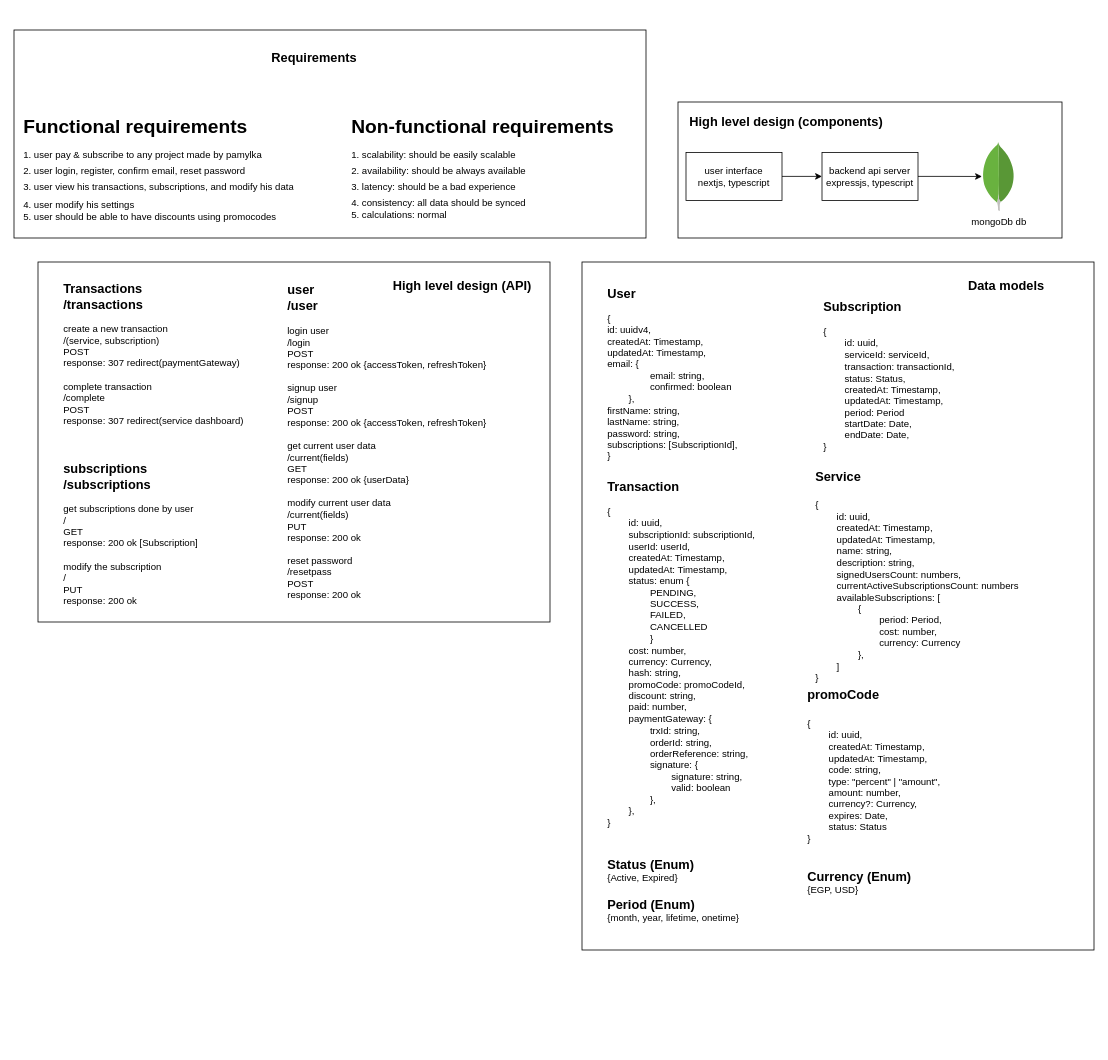
The draw.io diagram pamylka - general.drawio in ahmed-elbehairy7/pamylka-system-design, before the edit. Source tidied: cells renumbered, new cells numbered last; positions are measured from the earlier drawing's top-left corner, leaving out a move shared by most shapes. Both pictures are drawn from the tidied source at 80%, with x=0, y=0 at pixel (14, 30).
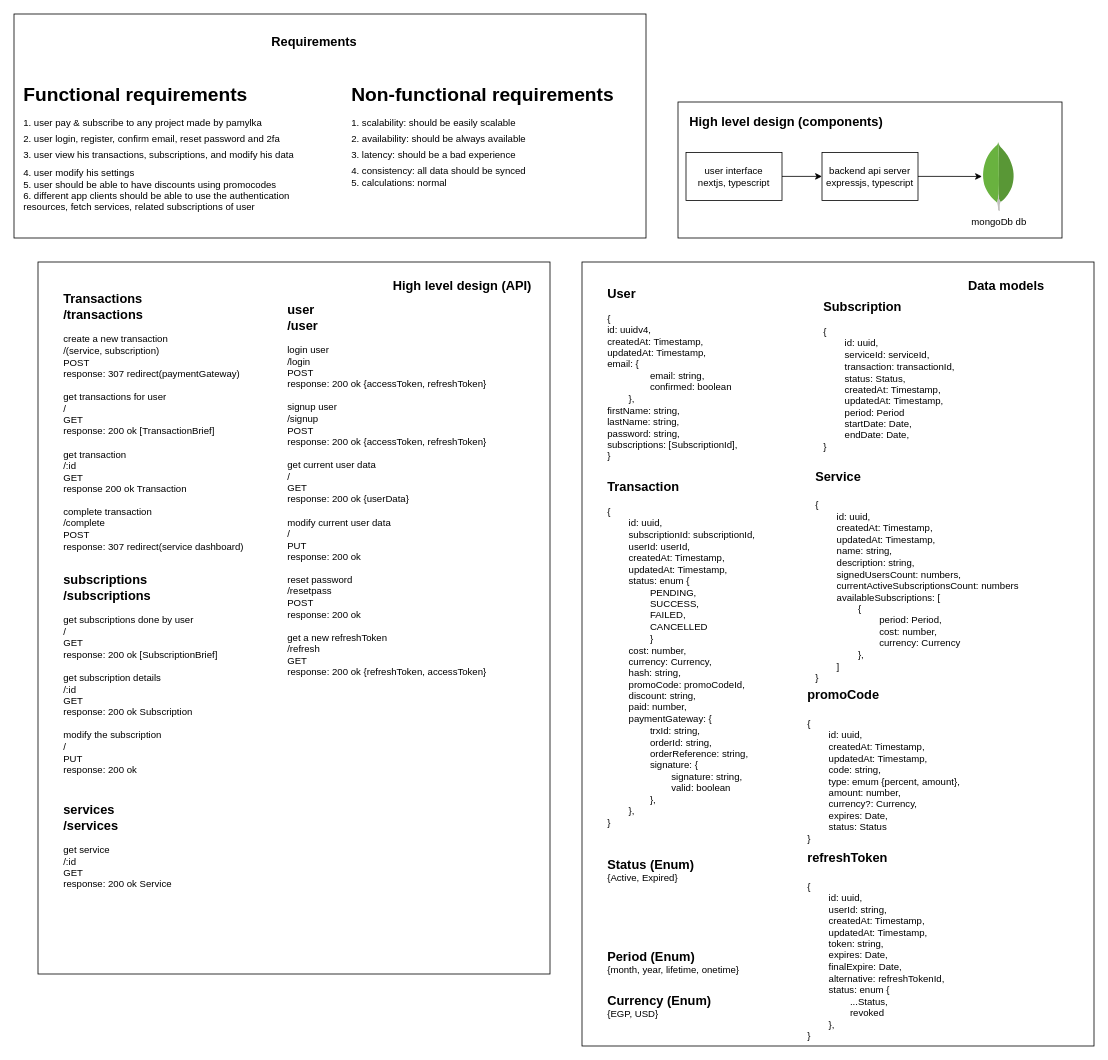
Above is the later version.

The edit, as a diff of the source:
```diff
@@
     <mxCell id="10" style="group;" parent="1" vertex="1">
-      <mxGeometry x="30" y="290" width="640" height="590" as="geometry" />
+      <mxGeometry x="30" y="290" width="640" height="890" as="geometry" />
     </mxCell>
     <mxCell id="11" style="whiteSpace=wrap;html=1;fontSize=11;" parent="10" vertex="1">
-      <mxGeometry width="640" height="450" as="geometry" />
+      <mxGeometry width="640" height="890" as="geometry" />
     </mxCell>
-    <mxCell id="12" value="&lt;div&gt;&lt;span style=&quot;font-size: 16px;&quot;&gt;&lt;b&gt;Transactions&lt;/b&gt;&lt;/span&gt;&lt;/div&gt;&lt;font style=&quot;font-size: 16px;&quot;&gt;&lt;b&gt;/transactions&lt;/b&gt;&lt;/font&gt;&lt;div&gt;&lt;br&gt;&lt;/div&gt;&lt;div&gt;create a new transaction&lt;/div&gt;&lt;div&gt;/(service, subscription)&lt;/div&gt;&lt;div&gt;POST&lt;/div&gt;&lt;div&gt;response: 307 redirect(paymentGateway)&lt;/div&gt;&lt;div&gt;&lt;br&gt;&lt;/div&gt;&lt;div&gt;complete transaction&lt;/div&gt;&lt;div&gt;/complete&lt;/div&gt;&lt;div&gt;POST&lt;/div&gt;&lt;div&gt;response: 307 redirect(service dashboard)&lt;/div&gt;" style="text;html=1;align=left;verticalAlign=middle;strokeColor=none;fillColor=none;" parent="10" vertex="1">
-      <mxGeometry x="30" y="15" width="250" height="200" as="geometry" />
+    <mxCell id="12" value="&lt;div&gt;&lt;span style=&quot;font-size: 16px;&quot;&gt;&lt;b&gt;Transactions&lt;/b&gt;&lt;/span&gt;&lt;/div&gt;&lt;font style=&quot;font-size: 16px;&quot;&gt;&lt;b&gt;/transactions&lt;/b&gt;&lt;/font&gt;&lt;div&gt;&lt;br&gt;&lt;/div&gt;&lt;div&gt;create a new transaction&lt;/div&gt;&lt;div&gt;/(service, subscription)&lt;/div&gt;&lt;div&gt;POST&lt;/div&gt;&lt;div&gt;response: 307 redirect(paymentGateway)&lt;/div&gt;&lt;div&gt;&lt;br&gt;&lt;/div&gt;&lt;div&gt;get transactions for user&lt;/div&gt;&lt;div&gt;/&lt;/div&gt;&lt;div&gt;GET&lt;/div&gt;&lt;div&gt;response: 200 ok [TransactionBrief]&lt;/div&gt;&lt;div&gt;&lt;br&gt;&lt;/div&gt;&lt;div&gt;get transaction&lt;/div&gt;&lt;div&gt;/:id&lt;/div&gt;&lt;div&gt;GET&lt;/div&gt;&lt;div&gt;response 200 ok Transaction&lt;/div&gt;&lt;div&gt;&lt;br&gt;&lt;/div&gt;&lt;div&gt;complete transaction&lt;/div&gt;&lt;div&gt;/complete&lt;/div&gt;&lt;div&gt;POST&lt;/div&gt;&lt;div&gt;response: 307 redirect(service dashboard)&lt;/div&gt;" style="text;html=1;align=left;verticalAlign=middle;strokeColor=none;fillColor=none;" parent="10" vertex="1">
+      <mxGeometry x="30" y="30" width="250" height="340" as="geometry" />
     </mxCell>
-    <mxCell id="13" value="&lt;div&gt;&lt;span style=&quot;font-size: 16px;&quot;&gt;&lt;b&gt;subscriptions&lt;/b&gt;&lt;/span&gt;&lt;/div&gt;&lt;div&gt;&lt;span style=&quot;font-size: 16px;&quot;&gt;&lt;b&gt;/subscriptions&lt;/b&gt;&lt;/span&gt;&lt;/div&gt;&lt;div&gt;&lt;br&gt;&lt;/div&gt;&lt;div&gt;get subscriptions done by user&lt;/div&gt;&lt;div&gt;&lt;span style=&quot;background-color: transparent; color: light-dark(rgb(0, 0, 0), rgb(255, 255, 255));&quot;&gt;/&lt;/span&gt;&lt;/div&gt;&lt;div&gt;&lt;span style=&quot;background-color: transparent; color: light-dark(rgb(0, 0, 0), rgb(255, 255, 255));&quot;&gt;GET&lt;/span&gt;&lt;/div&gt;&lt;div&gt;response: 200 ok [Subscription]&lt;/div&gt;&lt;div&gt;&lt;br&gt;&lt;/div&gt;&lt;div&gt;modify the subscription&lt;/div&gt;&lt;div&gt;/&lt;/div&gt;&lt;div&gt;PUT&lt;/div&gt;&lt;div&gt;response: 200 ok&lt;/div&gt;" style="text;html=1;align=left;verticalAlign=middle;strokeColor=none;fillColor=none;" parent="10" vertex="1">
-      <mxGeometry x="30" y="240" width="190" height="200" as="geometry" />
+    <mxCell id="13" value="&lt;div&gt;&lt;span style=&quot;font-size: 16px;&quot;&gt;&lt;b&gt;subscriptions&lt;/b&gt;&lt;/span&gt;&lt;/div&gt;&lt;div&gt;&lt;span style=&quot;font-size: 16px;&quot;&gt;&lt;b&gt;/subscriptions&lt;/b&gt;&lt;/span&gt;&lt;/div&gt;&lt;div&gt;&lt;br&gt;&lt;/div&gt;&lt;div&gt;get subscriptions done by user&lt;/div&gt;&lt;div&gt;&lt;span style=&quot;background-color: transparent; color: light-dark(rgb(0, 0, 0), rgb(255, 255, 255));&quot;&gt;/&lt;/span&gt;&lt;/div&gt;&lt;div&gt;&lt;span style=&quot;background-color: transparent; color: light-dark(rgb(0, 0, 0), rgb(255, 255, 255));&quot;&gt;GET&lt;/span&gt;&lt;/div&gt;&lt;div&gt;response: 200 ok [SubscriptionBrief]&lt;/div&gt;&lt;div&gt;&lt;br&gt;&lt;/div&gt;&lt;div&gt;get subscription details&lt;/div&gt;&lt;div&gt;/:id&lt;/div&gt;&lt;div&gt;GET&lt;/div&gt;&lt;div&gt;response: 200 ok Subscription&lt;/div&gt;&lt;div&gt;&lt;br&gt;&lt;/div&gt;&lt;div&gt;modify the subscription&lt;/div&gt;&lt;div&gt;/&lt;/div&gt;&lt;div&gt;PUT&lt;/div&gt;&lt;div&gt;response: 200 ok&lt;/div&gt;" style="text;html=1;align=left;verticalAlign=middle;strokeColor=none;fillColor=none;" parent="10" vertex="1">
+      <mxGeometry x="30" y="380" width="220" height="270" as="geometry" />
     </mxCell>
-    <mxCell id="14" value="&lt;div&gt;&lt;b style=&quot;font-size: 16px; background-color: transparent; color: light-dark(rgb(0, 0, 0), rgb(255, 255, 255));&quot;&gt;user&lt;/b&gt;&lt;/div&gt;&lt;div&gt;&lt;b style=&quot;font-size: 16px; background-color: transparent; color: light-dark(rgb(0, 0, 0), rgb(255, 255, 255));&quot;&gt;/user&lt;/b&gt;&lt;/div&gt;&lt;div&gt;&lt;br&gt;&lt;/div&gt;&lt;div&gt;login user&lt;/div&gt;&lt;div&gt;&lt;span style=&quot;background-color: transparent; color: light-dark(rgb(0, 0, 0), rgb(255, 255, 255));&quot;&gt;/login&lt;/span&gt;&lt;/div&gt;&lt;div&gt;POST&lt;/div&gt;&lt;div&gt;response: 200 ok {accessToken, refreshToken}&lt;/div&gt;&lt;div&gt;&lt;br&gt;&lt;/div&gt;&lt;div&gt;signup user&lt;/div&gt;&lt;div&gt;/signup&lt;/div&gt;&lt;div&gt;POST&lt;/div&gt;&lt;div&gt;response: 200 ok {accessToken, refreshToken}&lt;/div&gt;&lt;div&gt;&lt;br&gt;&lt;/div&gt;&lt;div&gt;get current user data&lt;/div&gt;&lt;div&gt;/current(fields)&lt;/div&gt;&lt;div&gt;GET&lt;/div&gt;&lt;div&gt;response: 200 ok {userData}&lt;/div&gt;&lt;div&gt;&lt;br&gt;&lt;/div&gt;&lt;div&gt;modify current user data&lt;/div&gt;&lt;div&gt;/current(fields)&lt;/div&gt;&lt;div&gt;PUT&lt;/div&gt;&lt;div&gt;response: 200 ok&amp;nbsp;&lt;/div&gt;&lt;div&gt;&lt;br&gt;&lt;/div&gt;&lt;div&gt;reset password&lt;/div&gt;&lt;div&gt;/resetpass&lt;/div&gt;&lt;div&gt;POST&lt;/div&gt;&lt;div&gt;response: 200 ok&lt;/div&gt;" style="text;html=1;align=left;verticalAlign=middle;strokeColor=none;fillColor=none;" parent="10" vertex="1">
-      <mxGeometry x="310" y="20" width="270" height="410" as="geometry" />
+    <mxCell id="14" value="&lt;div&gt;&lt;b style=&quot;font-size: 16px; background-color: transparent; color: light-dark(rgb(0, 0, 0), rgb(255, 255, 255));&quot;&gt;user&lt;/b&gt;&lt;/div&gt;&lt;div&gt;&lt;b style=&quot;font-size: 16px; background-color: transparent; color: light-dark(rgb(0, 0, 0), rgb(255, 255, 255));&quot;&gt;/user&lt;/b&gt;&lt;/div&gt;&lt;div&gt;&lt;br&gt;&lt;/div&gt;&lt;div&gt;login user&lt;/div&gt;&lt;div&gt;&lt;span style=&quot;background-color: transparent; color: light-dark(rgb(0, 0, 0), rgb(255, 255, 255));&quot;&gt;/login&lt;/span&gt;&lt;/div&gt;&lt;div&gt;POST&lt;/div&gt;&lt;div&gt;response: 200 ok {accessToken, refreshToken}&lt;/div&gt;&lt;div&gt;&lt;br&gt;&lt;/div&gt;&lt;div&gt;signup user&lt;/div&gt;&lt;div&gt;/signup&lt;/div&gt;&lt;div&gt;POST&lt;/div&gt;&lt;div&gt;response: 200 ok {accessToken, refreshToken}&lt;/div&gt;&lt;div&gt;&lt;br&gt;&lt;/div&gt;&lt;div&gt;get current user data&lt;/div&gt;&lt;div&gt;/&lt;/div&gt;&lt;div&gt;GET&lt;/div&gt;&lt;div&gt;response: 200 ok {userData}&lt;/div&gt;&lt;div&gt;&lt;br&gt;&lt;/div&gt;&lt;div&gt;modify current user data&lt;/div&gt;&lt;div&gt;/&lt;/div&gt;&lt;div&gt;PUT&lt;/div&gt;&lt;div&gt;response: 200 ok&amp;nbsp;&lt;/div&gt;&lt;div&gt;&lt;br&gt;&lt;/div&gt;&lt;div&gt;reset password&lt;/div&gt;&lt;div&gt;/resetpass&lt;/div&gt;&lt;div&gt;POST&lt;/div&gt;&lt;div&gt;response: 200 ok&lt;/div&gt;&lt;div&gt;&lt;br&gt;&lt;/div&gt;&lt;div&gt;get a new refreshToken&lt;/div&gt;&lt;div&gt;/refresh&lt;/div&gt;&lt;div&gt;GET&lt;/div&gt;&lt;div&gt;response: 200 ok {refreshToken, accessToken}&lt;/div&gt;" style="text;html=1;align=left;verticalAlign=middle;strokeColor=none;fillColor=none;" parent="10" vertex="1">
+      <mxGeometry x="310" y="45" width="270" height="480" as="geometry" />
     </mxCell>
@@
+    <mxCell id="32" value="&lt;div&gt;&lt;span style=&quot;font-size: 16px;&quot;&gt;&lt;b&gt;services&lt;/b&gt;&lt;/span&gt;&lt;/div&gt;&lt;div&gt;&lt;b style=&quot;font-size: 16px; background-color: transparent; color: light-dark(rgb(0, 0, 0), rgb(255, 255, 255));&quot;&gt;/services&lt;/b&gt;&lt;/div&gt;&lt;div&gt;&lt;br&gt;&lt;/div&gt;&lt;div&gt;get service&lt;/div&gt;&lt;div&gt;/:id&lt;/div&gt;&lt;div&gt;GET&lt;/div&gt;&lt;div&gt;response: 200 ok Service&lt;/div&gt;" style="text;html=1;align=left;verticalAlign=middle;strokeColor=none;fillColor=none;" parent="10" vertex="1">
+      <mxGeometry x="30" y="670" width="160" height="120" as="geometry" />
+    </mxCell>
     <mxCell id="16" style="group;" parent="1" vertex="1">
-      <mxGeometry width="790" height="260" as="geometry" />
+      <mxGeometry y="-20" width="790" height="280" as="geometry" />
     </mxCell>
     <mxCell id="17" style="whiteSpace=wrap;html=1;fontSize=11;" parent="16" vertex="1">
-      <mxGeometry width="790" height="260" as="geometry" />
+      <mxGeometry width="790" height="280" as="geometry" />
     </mxCell>
-    <mxCell id="18" value="&lt;h1 style=&quot;margin-top: 0px;&quot;&gt;&lt;span style=&quot;background-color: transparent; color: light-dark(rgb(0, 0, 0), rgb(255, 255, 255));&quot;&gt;Functional requirements&lt;/span&gt;&lt;/h1&gt;&lt;h1 style=&quot;margin-top: 0px; line-height: 0%;&quot;&gt;&lt;span style=&quot;font-size: 12px; font-weight: 400;&quot;&gt;1. user pay &amp;amp; subscribe to any project made by pamylka&lt;/span&gt;&lt;/h1&gt;&lt;h1 style=&quot;margin-top: 0px; line-height: 0%;&quot;&gt;&lt;span style=&quot;font-size: 12px; font-weight: 400; background-color: transparent; color: light-dark(rgb(0, 0, 0), rgb(255, 255, 255));&quot;&gt;2. user login, register, confirm email, reset password&lt;/span&gt;&lt;/h1&gt;&lt;h1 style=&quot;margin-top: 0px; line-height: 0%;&quot;&gt;&lt;span style=&quot;font-size: 12px; font-weight: 400; background-color: transparent; color: light-dark(rgb(0, 0, 0), rgb(255, 255, 255));&quot;&gt;3. user view his transactions, subscriptions, and modify his data&lt;/span&gt;&lt;/h1&gt;&lt;div&gt;&lt;span style=&quot;font-size: 12px; font-weight: 400; background-color: transparent; color: light-dark(rgb(0, 0, 0), rgb(255, 255, 255));&quot;&gt;4. user modify his settings&lt;/span&gt;&lt;/div&gt;&lt;div&gt;&lt;span style=&quot;font-size: 12px; font-weight: 400; background-color: transparent; color: light-dark(rgb(0, 0, 0), rgb(255, 255, 255));&quot;&gt;5. user should be able to have discounts using promocodes&lt;/span&gt;&lt;/div&gt;" style="text;html=1;whiteSpace=wrap;overflow=hidden;rounded=0;" parent="16" vertex="1">
-      <mxGeometry x="10" y="100" width="370" height="140" as="geometry" />
+    <mxCell id="18" value="&lt;h1 style=&quot;margin-top: 0px;&quot;&gt;&lt;span style=&quot;background-color: transparent; color: light-dark(rgb(0, 0, 0), rgb(255, 255, 255));&quot;&gt;Functional requirements&lt;/span&gt;&lt;/h1&gt;&lt;h1 style=&quot;margin-top: 0px; line-height: 0%;&quot;&gt;&lt;span style=&quot;font-size: 12px; font-weight: 400;&quot;&gt;1. user pay &amp;amp; subscribe to any project made by pamylka&lt;/span&gt;&lt;/h1&gt;&lt;h1 style=&quot;margin-top: 0px; line-height: 0%;&quot;&gt;&lt;span style=&quot;font-size: 12px; font-weight: 400; background-color: transparent; color: light-dark(rgb(0, 0, 0), rgb(255, 255, 255));&quot;&gt;2. user login, register, confirm email, reset password and 2fa&lt;/span&gt;&lt;/h1&gt;&lt;h1 style=&quot;margin-top: 0px; line-height: 0%;&quot;&gt;&lt;span style=&quot;font-size: 12px; font-weight: 400; background-color: transparent; color: light-dark(rgb(0, 0, 0), rgb(255, 255, 255));&quot;&gt;3. user view his transactions, subscriptions, and modify his data&lt;/span&gt;&lt;/h1&gt;&lt;div&gt;&lt;span style=&quot;font-size: 12px; font-weight: 400; background-color: transparent; color: light-dark(rgb(0, 0, 0), rgb(255, 255, 255));&quot;&gt;4. user modify his settings&lt;/span&gt;&lt;/div&gt;&lt;div&gt;&lt;span style=&quot;font-size: 12px; font-weight: 400; background-color: transparent; color: light-dark(rgb(0, 0, 0), rgb(255, 255, 255));&quot;&gt;5. user should be able to have discounts using promocodes&lt;/span&gt;&lt;/div&gt;&lt;div&gt;&lt;span style=&quot;font-size: 12px; font-weight: 400; background-color: transparent; color: light-dark(rgb(0, 0, 0), rgb(255, 255, 255));&quot;&gt;6. different app clients should be able to use the authentication&lt;/span&gt;&lt;/div&gt;&lt;div&gt;&lt;span style=&quot;font-size: 12px; font-weight: 400; background-color: transparent; color: light-dark(rgb(0, 0, 0), rgb(255, 255, 255));&quot;&gt;resources, fetch services, related subscriptions of user&lt;/span&gt;&lt;/div&gt;" style="text;html=1;whiteSpace=wrap;overflow=hidden;rounded=0;" parent="16" vertex="1">
+      <mxGeometry x="10" y="80" width="370" height="170" as="geometry" />
     </mxCell>
     <mxCell id="19" value="&lt;h1 style=&quot;margin-top: 0px;&quot;&gt;&lt;span style=&quot;background-color: transparent; color: light-dark(rgb(0, 0, 0), rgb(255, 255, 255));&quot;&gt;Non-functional requirements&lt;/span&gt;&lt;/h1&gt;&lt;h1 style=&quot;margin-top: 0px; line-height: 0%;&quot;&gt;&lt;span style=&quot;font-size: 12px; font-weight: 400;&quot;&gt;1. scalability: should be easily scalable&lt;/span&gt;&lt;/h1&gt;&lt;h1 style=&quot;margin-top: 0px; line-height: 0%;&quot;&gt;&lt;span style=&quot;background-color: transparent; color: light-dark(rgb(0, 0, 0), rgb(255, 255, 255)); font-size: 12px; font-weight: 400;&quot;&gt;2. availability: should be always available&lt;/span&gt;&lt;/h1&gt;&lt;h1 style=&quot;margin-top: 0px; line-height: 0%;&quot;&gt;&lt;span style=&quot;background-color: transparent; color: light-dark(rgb(0, 0, 0), rgb(255, 255, 255)); font-size: 12px; font-weight: 400;&quot;&gt;3. latency: should be a bad experience&lt;/span&gt;&lt;/h1&gt;&lt;h1 style=&quot;margin-top: 0px; line-height: 0%;&quot;&gt;&lt;span style=&quot;background-color: transparent; color: light-dark(rgb(0, 0, 0), rgb(255, 255, 255)); font-size: 12px; font-weight: normal;&quot;&gt;4. consistency: all data should be synced&lt;/span&gt;&lt;/h1&gt;&lt;div style=&quot;line-height: 0%;&quot;&gt;&lt;span style=&quot;background-color: transparent; color: light-dark(rgb(0, 0, 0), rgb(255, 255, 255));&quot;&gt;5. calculations: normal&lt;/span&gt;&lt;/div&gt;" style="text;html=1;whiteSpace=wrap;overflow=hidden;rounded=0;" parent="16" vertex="1">
-      <mxGeometry x="420" y="100" width="350" height="150" as="geometry" />
+      <mxGeometry x="420" y="80" width="350" height="150" as="geometry" />
     </mxCell>
@@
     <mxCell id="21" style="group;" parent="1" vertex="1">
-      <mxGeometry x="710" y="290" width="640" height="860" as="geometry" />
+      <mxGeometry x="710" y="290" width="640" height="980" as="geometry" />
     </mxCell>
     <mxCell id="22" style="whiteSpace=wrap;html=1;fontSize=11;" parent="21" vertex="1">
-      <mxGeometry width="640" height="860" as="geometry" />
+      <mxGeometry width="640" height="980" as="geometry" />
     </mxCell>
@@
-    <mxCell id="28" value="&lt;div&gt;&lt;span style=&quot;font-size: 16px;&quot;&gt;&lt;b&gt;promoCode&lt;/b&gt;&lt;/span&gt;&lt;/div&gt;&lt;div&gt;&lt;span style=&quot;font-size: 16px;&quot;&gt;&lt;b&gt;&lt;br&gt;&lt;/b&gt;&lt;/span&gt;&lt;/div&gt;&lt;div&gt;{&lt;/div&gt;&lt;div&gt;&lt;span style=&quot;white-space: pre;&quot;&gt;&#9;&lt;/span&gt;id: uuid,&lt;br&gt;&lt;/div&gt;&lt;div&gt;&lt;span style=&quot;white-space: pre;&quot;&gt;&#9;&lt;/span&gt;createdAt: Timestamp,&lt;br&gt;&lt;/div&gt;&lt;div&gt;&lt;span style=&quot;white-space: pre;&quot;&gt;&#9;&lt;/span&gt;updatedAt: Timestamp,&lt;br&gt;&lt;/div&gt;&lt;div&gt;&lt;span style=&quot;white-space: pre;&quot;&gt;&#9;&lt;/span&gt;code: string,&lt;br&gt;&lt;/div&gt;&lt;div&gt;&lt;span style=&quot;white-space: pre;&quot;&gt;&#9;&lt;/span&gt;type: &quot;percent&quot; | &quot;amount&quot;,&lt;br&gt;&lt;/div&gt;&lt;div&gt;&lt;span style=&quot;white-space: pre;&quot;&gt;&#9;&lt;/span&gt;amount: number,&lt;br&gt;&lt;/div&gt;&lt;div&gt;&lt;span style=&quot;white-space: pre;&quot;&gt;&#9;&lt;/span&gt;currency?: Currency,&lt;br&gt;&lt;/div&gt;&lt;div&gt;&lt;span style=&quot;white-space: pre;&quot;&gt;&#9;&lt;/span&gt;expires: Date,&lt;br&gt;&lt;/div&gt;&lt;div&gt;&lt;span style=&quot;white-space: pre;&quot;&gt;&#9;&lt;/span&gt;status: Status&lt;br&gt;&lt;/div&gt;&lt;div&gt;}&lt;/div&gt;" style="text;html=1;align=left;verticalAlign=middle;strokeColor=none;fillColor=none;" parent="21" vertex="1">
-      <mxGeometry x="280" y="525" width="190" height="210" as="geometry" />
+    <mxCell id="28" value="&lt;div&gt;&lt;span style=&quot;font-size: 16px;&quot;&gt;&lt;b&gt;promoCode&lt;/b&gt;&lt;/span&gt;&lt;/div&gt;&lt;div&gt;&lt;span style=&quot;font-size: 16px;&quot;&gt;&lt;b&gt;&lt;br&gt;&lt;/b&gt;&lt;/span&gt;&lt;/div&gt;&lt;div&gt;{&lt;/div&gt;&lt;div&gt;&lt;span style=&quot;white-space: pre;&quot;&gt;&#9;&lt;/span&gt;id: uuid,&lt;br&gt;&lt;/div&gt;&lt;div&gt;&lt;span style=&quot;white-space: pre;&quot;&gt;&#9;&lt;/span&gt;createdAt: Timestamp,&lt;br&gt;&lt;/div&gt;&lt;div&gt;&lt;span style=&quot;white-space: pre;&quot;&gt;&#9;&lt;/span&gt;updatedAt: Timestamp,&lt;br&gt;&lt;/div&gt;&lt;div&gt;&lt;span style=&quot;white-space: pre;&quot;&gt;&#9;&lt;/span&gt;code: string,&lt;br&gt;&lt;/div&gt;&lt;div&gt;&lt;span style=&quot;white-space: pre;&quot;&gt;&#9;&lt;/span&gt;type: emum {percent, amount},&lt;br&gt;&lt;/div&gt;&lt;div&gt;&lt;span style=&quot;white-space: pre;&quot;&gt;&#9;&lt;/span&gt;amount: number,&lt;br&gt;&lt;/div&gt;&lt;div&gt;&lt;span style=&quot;white-space: pre;&quot;&gt;&#9;&lt;/span&gt;currency?: Currency,&lt;br&gt;&lt;/div&gt;&lt;div&gt;&lt;span style=&quot;white-space: pre;&quot;&gt;&#9;&lt;/span&gt;expires: Date,&lt;br&gt;&lt;/div&gt;&lt;div&gt;&lt;span style=&quot;white-space: pre;&quot;&gt;&#9;&lt;/span&gt;status: Status&lt;br&gt;&lt;/div&gt;&lt;div&gt;}&lt;/div&gt;" style="text;html=1;align=left;verticalAlign=middle;strokeColor=none;fillColor=none;" parent="21" vertex="1">
+      <mxGeometry x="280" y="525" width="210" height="210" as="geometry" />
     </mxCell>
     <mxCell id="29" value="&lt;div&gt;&lt;span style=&quot;font-size: 16px;&quot;&gt;&lt;b&gt;Currency (Enum)&lt;/b&gt;&lt;/span&gt;&lt;/div&gt;&lt;div&gt;&lt;span style=&quot;background-color: transparent; color: light-dark(rgb(0, 0, 0), rgb(255, 255, 255));&quot;&gt;{&lt;/span&gt;&lt;span style=&quot;background-color: transparent; color: light-dark(rgb(0, 0, 0), rgb(255, 255, 255));&quot;&gt;EGP, USD}&lt;/span&gt;&lt;/div&gt;" style="text;html=1;align=left;verticalAlign=middle;strokeColor=none;fillColor=none;" parent="21" vertex="1">
-      <mxGeometry x="280" y="750" width="150" height="50" as="geometry" />
+      <mxGeometry x="30" y="905" width="150" height="50" as="geometry" />
     </mxCell>
@@
     <mxCell id="31" value="&lt;div&gt;&lt;span style=&quot;font-size: 16px;&quot;&gt;&lt;b&gt;Period (Enum)&lt;/b&gt;&lt;/span&gt;&lt;/div&gt;&lt;div&gt;{month, year, lifetime, onetime&lt;span style=&quot;background-color: transparent; color: light-dark(rgb(0, 0, 0), rgb(255, 255, 255));&quot;&gt;}&lt;/span&gt;&lt;/div&gt;" style="text;html=1;align=left;verticalAlign=middle;strokeColor=none;fillColor=none;" parent="21" vertex="1">
-      <mxGeometry x="30" y="785" width="190" height="50" as="geometry" />
+      <mxGeometry x="30" y="850" width="190" height="50" as="geometry" />
     </mxCell>
+    <mxCell id="33" value="&lt;div&gt;&lt;span style=&quot;font-size: 16px;&quot;&gt;&lt;b&gt;refreshToken&lt;/b&gt;&lt;/span&gt;&lt;/div&gt;&lt;div&gt;&lt;span style=&quot;font-size: 16px;&quot;&gt;&lt;b&gt;&lt;br&gt;&lt;/b&gt;&lt;/span&gt;&lt;/div&gt;&lt;div&gt;{&lt;/div&gt;&lt;div&gt;&lt;span style=&quot;white-space: pre;&quot;&gt;&#9;&lt;/span&gt;id: uuid,&lt;br&gt;&lt;/div&gt;&lt;div&gt;&lt;span style=&quot;white-space: pre;&quot;&gt;&#9;&lt;/span&gt;userId: string,&lt;/div&gt;&lt;div&gt;&lt;span style=&quot;white-space: pre;&quot;&gt;&#9;&lt;/span&gt;createdAt: Timestamp,&lt;br&gt;&lt;/div&gt;&lt;div&gt;&lt;span style=&quot;white-space: pre;&quot;&gt;&#9;&lt;/span&gt;updatedAt: Timestamp,&lt;br&gt;&lt;/div&gt;&lt;div&gt;&lt;span style=&quot;white-space: pre;&quot;&gt;&#9;&lt;/span&gt;token: string,&lt;/div&gt;&lt;div&gt;&lt;span style=&quot;white-space: pre;&quot;&gt;&#9;&lt;/span&gt;expires: Date,&lt;br&gt;&lt;/div&gt;&lt;div&gt;&lt;span style=&quot;white-space: pre;&quot;&gt;&#9;&lt;/span&gt;finalExpire: Date,&lt;/div&gt;&lt;div&gt;&lt;span style=&quot;white-space: pre;&quot;&gt;&#9;&lt;/span&gt;alternative: refreshTokenId,&lt;br&gt;&lt;/div&gt;&lt;div&gt;&lt;span style=&quot;white-space: pre;&quot;&gt;&#9;&lt;/span&gt;status: enum {&lt;/div&gt;&lt;div&gt;&lt;span style=&quot;white-space: pre;&quot;&gt;&#9;&lt;/span&gt;&lt;span style=&quot;white-space: pre;&quot;&gt;&#9;&lt;/span&gt;...Status,&amp;nbsp;&lt;/div&gt;&lt;div&gt;&lt;span style=&quot;white-space: pre;&quot;&gt;&#9;&lt;/span&gt;&lt;span style=&quot;white-space: pre;&quot;&gt;&#9;&lt;/span&gt;revoked&lt;/div&gt;&lt;div&gt;&lt;span style=&quot;white-space: pre;&quot;&gt;&#9;&lt;/span&gt;},&lt;/div&gt;&lt;div&gt;}&lt;/div&gt;" style="text;html=1;align=left;verticalAlign=middle;strokeColor=none;fillColor=none;" parent="21" vertex="1">
+      <mxGeometry x="280" y="730" width="190" height="250" as="geometry" />
+    </mxCell>
```
